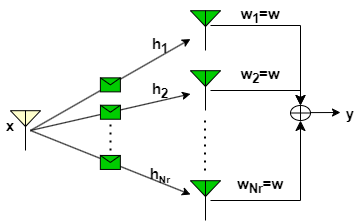
The draw.io diagram experiment/images/exp5_2.png in virtual-labs/exp-spatial-diversity-iiith, before a commit. Source tidied: cells renumbered, new cells last; positions are measured from the earlier drawing's top-left corner, leaving out a move shared by most shapes.
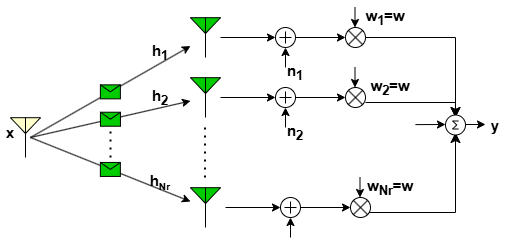
After the change.

Change to the diagram source:
```diff
@@ -65,44 +65,173 @@
     <mxCell id="16" value="&lt;b&gt;&lt;font style=&quot;font-size: 15px;&quot;&gt;h&lt;sub&gt;1&lt;/sub&gt;&lt;/font&gt;&lt;/b&gt;" style="text;html=1;align=center;verticalAlign=middle;whiteSpace=wrap;rounded=0;" parent="1" vertex="1">
       <mxGeometry x="150" y="30" width="20" height="30" as="geometry" />
     </mxCell>
-    <mxCell id="17" style="shape=orEllipse;perimeter=ellipsePerimeter;whiteSpace=wrap;html=1;backgroundOutline=1;" parent="1" vertex="1">
-      <mxGeometry x="290" y="105" width="20" height="15" as="geometry" />
-    </mxCell>
-    <mxCell id="18" style="edgeStyle=segmentEdgeStyle;endArrow=classic;html=1;curved=0;rounded=0;endSize=8;startSize=8;entryX=0.5;entryY=1;entryDx=0;entryDy=0;" parent="1" edge="1" target="17">
-      <mxGeometry relative="1" as="geometry">
-        <mxPoint x="210" y="200" as="sourcePoint" />
-      </mxGeometry>
-    </mxCell>
-    <mxCell id="19" style="edgeStyle=segmentEdgeStyle;endArrow=classic;html=1;curved=0;rounded=0;endSize=8;startSize=8;entryX=0.5;entryY=0;entryDx=0;entryDy=0;" parent="1" edge="1" target="17">
-      <mxGeometry relative="1" as="geometry">
-        <mxPoint x="210" y="90" as="sourcePoint" />
-      </mxGeometry>
-    </mxCell>
-    <mxCell id="20" style="edgeStyle=segmentEdgeStyle;endArrow=classic;html=1;curved=0;rounded=0;endSize=8;startSize=8;entryX=0.5;entryY=0;entryDx=0;entryDy=0;" parent="1" edge="1" target="17">
-      <mxGeometry relative="1" as="geometry">
-        <mxPoint x="210" y="25" as="sourcePoint" />
-      </mxGeometry>
-    </mxCell>
-    <mxCell id="21" style="endArrow=classic;html=1;rounded=0;" parent="1" edge="1">
-      <mxGeometry relative="1" as="geometry">
-        <mxPoint x="310" y="112.1" as="sourcePoint" />
-        <mxPoint x="340" y="112" as="targetPoint" />
-      </mxGeometry>
-    </mxCell>
+    <mxCell id="26" value="&lt;span style=&quot;font-size: 15px;&quot;&gt;&lt;b&gt;x&lt;/b&gt;&lt;/span&gt;" style="text;html=1;align=center;verticalAlign=middle;whiteSpace=wrap;rounded=0;" parent="1" vertex="1">
+      <mxGeometry y="110" width="20" height="30" as="geometry" />
+    </mxCell>
+    <mxCell id="27" style="group;" parent="1" vertex="1">
+      <mxGeometry x="220" width="295" height="230" as="geometry" />
+    </mxCell>
+    <mxCell id="28" style="group;" parent="27" vertex="1">
+      <mxGeometry x="145" y="30" width="150" height="175" as="geometry" />
+    </mxCell>
+    <mxCell id="29" style="edgeStyle=segmentEdgeStyle;endArrow=classic;html=1;curved=0;rounded=0;endSize=8;startSize=8;entryX=0.5;entryY=1;entryDx=0;entryDy=0;" parent="28" edge="1">
+      <mxGeometry relative="1" as="geometry">
+        <mxPoint y="175" as="sourcePoint" />
+        <mxPoint x="90" y="95" as="targetPoint" />
+      </mxGeometry>
+    </mxCell>
+    <mxCell id="30" style="edgeStyle=segmentEdgeStyle;endArrow=classic;html=1;curved=0;rounded=0;endSize=8;startSize=8;entryX=0.5;entryY=0;entryDx=0;entryDy=0;" parent="28" edge="1">
+      <mxGeometry relative="1" as="geometry">
+        <mxPoint y="65" as="sourcePoint" />
+        <mxPoint x="90" y="80" as="targetPoint" />
+      </mxGeometry>
+    </mxCell>
+    <mxCell id="31" style="edgeStyle=segmentEdgeStyle;endArrow=classic;html=1;curved=0;rounded=0;endSize=8;startSize=8;entryX=0.5;entryY=0;entryDx=0;entryDy=0;" parent="28" edge="1">
+      <mxGeometry relative="1" as="geometry">
+        <mxPoint as="sourcePoint" />
+        <mxPoint x="90" y="80" as="targetPoint" />
+      </mxGeometry>
+    </mxCell>
-    <mxCell id="22" value="&lt;span style=&quot;font-size: 15px;&quot;&gt;&lt;b&gt;y&lt;/b&gt;&lt;/span&gt;" style="text;html=1;align=center;verticalAlign=middle;whiteSpace=wrap;rounded=0;" parent="1" vertex="1">
-      <mxGeometry x="340" y="101.2" width="20" height="22.5" as="geometry" />
+    <mxCell id="22" value="&lt;span style=&quot;font-size: 15px;&quot;&gt;&lt;b&gt;y&lt;/b&gt;&lt;/span&gt;" style="text;html=1;align=center;verticalAlign=middle;whiteSpace=wrap;rounded=0;" parent="28" vertex="1">
+      <mxGeometry x="120" y="76.2" width="20" height="22.5" as="geometry" />
     </mxCell>
+    <mxCell id="32" style="endArrow=classic;html=1;rounded=0;" parent="28" edge="1">
+      <mxGeometry relative="1" as="geometry">
+        <mxPoint x="50" y="87.1" as="sourcePoint" />
+        <mxPoint x="80" y="87" as="targetPoint" />
+      </mxGeometry>
+    </mxCell>
+    <mxCell id="33" style="verticalLabelPosition=bottom;shadow=0;dashed=0;align=center;html=1;verticalAlign=top;shape=mxgraph.electrical.abstract.sum;" parent="28" vertex="1">
+      <mxGeometry x="80" y="77.5" width="20" height="20" as="geometry" />
+    </mxCell>
+    <mxCell id="34" style="endArrow=classic;html=1;rounded=0;" parent="28" edge="1">
+      <mxGeometry relative="1" as="geometry">
+        <mxPoint x="100" y="87" as="sourcePoint" />
+        <mxPoint x="120" y="87" as="targetPoint" />
+      </mxGeometry>
+    </mxCell>
+    <mxCell id="25" value="&lt;span style=&quot;font-size: 15px;&quot;&gt;&lt;b&gt;w&lt;sub&gt;2&lt;/sub&gt;=w&lt;/b&gt;&lt;/span&gt;" style="text;html=1;align=center;verticalAlign=middle;whiteSpace=wrap;rounded=0;" parent="28" vertex="1">
+      <mxGeometry y="35" width="50" height="30" as="geometry" />
+    </mxCell>
+    <mxCell id="24" value="&lt;span style=&quot;font-size: 15px;&quot;&gt;&lt;b&gt;w&lt;sub&gt;Nr&lt;/sub&gt;=w&lt;/b&gt;&lt;/span&gt;" style="text;html=1;align=center;verticalAlign=middle;whiteSpace=wrap;rounded=0;" parent="28" vertex="1">
+      <mxGeometry y="135" width="50" height="30" as="geometry" />
+    </mxCell>
+    <mxCell id="35" style="group;" parent="27" vertex="1">
+      <mxGeometry width="145" height="60" as="geometry" />
+    </mxCell>
+    <mxCell id="36" style="verticalLabelPosition=bottom;shadow=0;dashed=0;align=center;html=1;verticalAlign=top;shape=mxgraph.electrical.abstract.summation_point;" parent="35" vertex="1">
+      <mxGeometry x="55" y="20" width="20" height="20" as="geometry" />
+    </mxCell>
+    <mxCell id="37" style="endArrow=classic;html=1;rounded=0;" parent="35" edge="1">
+      <mxGeometry relative="1" as="geometry">
+        <mxPoint x="134.5" as="sourcePoint" />
+        <mxPoint x="134.5" y="20" as="targetPoint" />
+      </mxGeometry>
+    </mxCell>
+    <mxCell id="38" style="group;" parent="35" vertex="1">
+      <mxGeometry y="20" width="145" height="40" as="geometry" />
+    </mxCell>
+    <mxCell id="39" style="endArrow=classic;html=1;rounded=0;" parent="38" edge="1">
+      <mxGeometry relative="1" as="geometry">
+        <mxPoint x="65" y="40" as="sourcePoint" />
+        <mxPoint x="65" y="20" as="targetPoint" />
+      </mxGeometry>
+    </mxCell>
+    <mxCell id="40" style="endArrow=classic;html=1;rounded=0;" parent="38" edge="1">
+      <mxGeometry relative="1" as="geometry">
+        <mxPoint y="10" as="sourcePoint" />
+        <mxPoint x="55" y="10" as="targetPoint" />
+      </mxGeometry>
+    </mxCell>
+    <mxCell id="41" style="endArrow=classic;html=1;rounded=0;" parent="38" edge="1">
+      <mxGeometry relative="1" as="geometry">
+        <mxPoint x="75" y="10" as="sourcePoint" />
+        <mxPoint x="125" y="10" as="targetPoint" />
+      </mxGeometry>
+    </mxCell>
+    <mxCell id="42" style="shape=sumEllipse;perimeter=ellipsePerimeter;whiteSpace=wrap;html=1;backgroundOutline=1;" parent="38" vertex="1">
+      <mxGeometry x="125" width="20" height="20" as="geometry" />
+    </mxCell>
+    <mxCell id="43" style="group;" parent="27" vertex="1">
+      <mxGeometry x="5" y="170" width="145" height="60" as="geometry" />
+    </mxCell>
+    <mxCell id="44" style="verticalLabelPosition=bottom;shadow=0;dashed=0;align=center;html=1;verticalAlign=top;shape=mxgraph.electrical.abstract.summation_point;" parent="43" vertex="1">
+      <mxGeometry x="55" y="20" width="20" height="20" as="geometry" />
+    </mxCell>
+    <mxCell id="45" style="endArrow=classic;html=1;rounded=0;" parent="43" edge="1">
+      <mxGeometry relative="1" as="geometry">
+        <mxPoint x="134.5" as="sourcePoint" />
+        <mxPoint x="134.5" y="20" as="targetPoint" />
+      </mxGeometry>
+    </mxCell>
+    <mxCell id="46" style="group;" parent="43" vertex="1">
+      <mxGeometry y="20" width="145" height="40" as="geometry" />
+    </mxCell>
+    <mxCell id="47" style="endArrow=classic;html=1;rounded=0;" parent="46" edge="1">
+      <mxGeometry relative="1" as="geometry">
+        <mxPoint x="65" y="40" as="sourcePoint" />
+        <mxPoint x="65" y="20" as="targetPoint" />
+      </mxGeometry>
+    </mxCell>
+    <mxCell id="48" style="endArrow=classic;html=1;rounded=0;" parent="46" edge="1">
+      <mxGeometry relative="1" as="geometry">
+        <mxPoint y="10" as="sourcePoint" />
+        <mxPoint x="55" y="10" as="targetPoint" />
+      </mxGeometry>
+    </mxCell>
+    <mxCell id="49" style="endArrow=classic;html=1;rounded=0;" parent="46" edge="1">
+      <mxGeometry relative="1" as="geometry">
+        <mxPoint x="75" y="10" as="sourcePoint" />
+        <mxPoint x="125" y="10" as="targetPoint" />
+      </mxGeometry>
+    </mxCell>
+    <mxCell id="50" style="shape=sumEllipse;perimeter=ellipsePerimeter;whiteSpace=wrap;html=1;backgroundOutline=1;" parent="46" vertex="1">
+      <mxGeometry x="125" width="20" height="20" as="geometry" />
+    </mxCell>
+    <mxCell id="51" style="group;" parent="27" vertex="1">
+      <mxGeometry y="60" width="145" height="80" as="geometry" />
+    </mxCell>
+    <mxCell id="52" style="verticalLabelPosition=bottom;shadow=0;dashed=0;align=center;html=1;verticalAlign=top;shape=mxgraph.electrical.abstract.summation_point;" parent="51" vertex="1">
+      <mxGeometry x="55" y="20" width="20" height="20" as="geometry" />
+    </mxCell>
+    <mxCell id="53" style="endArrow=classic;html=1;rounded=0;" parent="51" edge="1">
+      <mxGeometry relative="1" as="geometry">
+        <mxPoint x="134.5" as="sourcePoint" />
+        <mxPoint x="134.5" y="20" as="targetPoint" />
+      </mxGeometry>
+    </mxCell>
+    <mxCell id="54" style="group;" parent="51" vertex="1">
+      <mxGeometry y="20" width="145" height="60" as="geometry" />
+    </mxCell>
+    <mxCell id="55" style="endArrow=classic;html=1;rounded=0;" parent="54" edge="1">
+      <mxGeometry relative="1" as="geometry">
+        <mxPoint x="65" y="40" as="sourcePoint" />
+        <mxPoint x="65" y="20" as="targetPoint" />
+      </mxGeometry>
+    </mxCell>
+    <mxCell id="56" style="endArrow=classic;html=1;rounded=0;" parent="54" edge="1">
+      <mxGeometry relative="1" as="geometry">
+        <mxPoint y="10" as="sourcePoint" />
+        <mxPoint x="55" y="10" as="targetPoint" />
+      </mxGeometry>
+    </mxCell>
+    <mxCell id="57" style="endArrow=classic;html=1;rounded=0;" parent="54" edge="1">
+      <mxGeometry relative="1" as="geometry">
+        <mxPoint x="75" y="10" as="sourcePoint" />
+        <mxPoint x="125" y="10" as="targetPoint" />
+      </mxGeometry>
+    </mxCell>
+    <mxCell id="58" style="shape=sumEllipse;perimeter=ellipsePerimeter;whiteSpace=wrap;html=1;backgroundOutline=1;" parent="54" vertex="1">
+      <mxGeometry x="125" width="20" height="20" as="geometry" />
+    </mxCell>
+    <mxCell id="59" value="&lt;span style=&quot;font-size: 15px;&quot;&gt;&lt;b&gt;n&lt;sub&gt;2&lt;/sub&gt;&lt;/b&gt;&lt;/span&gt;" style="text;html=1;align=center;verticalAlign=middle;whiteSpace=wrap;rounded=0;" parent="54" vertex="1">
+      <mxGeometry x="65" y="30" width="20" height="30" as="geometry" />
+    </mxCell>
+    <mxCell id="60" value="&lt;span style=&quot;font-size: 15px;&quot;&gt;&lt;b&gt;n&lt;sub&gt;1&lt;/sub&gt;&lt;/b&gt;&lt;/span&gt;" style="text;html=1;align=center;verticalAlign=middle;whiteSpace=wrap;rounded=0;" parent="51" vertex="1">
+      <mxGeometry x="65" y="-10" width="20" height="30" as="geometry" />
+    </mxCell>
-    <mxCell id="23" value="&lt;span style=&quot;font-size: 15px;&quot;&gt;&lt;b&gt;w&lt;sub&gt;1&lt;/sub&gt;=w&lt;/b&gt;&lt;/span&gt;" style="text;html=1;align=center;verticalAlign=middle;whiteSpace=wrap;rounded=0;" parent="1" vertex="1">
-      <mxGeometry x="235" width="50" height="30" as="geometry" />
+    <mxCell id="23" value="&lt;span style=&quot;font-size: 15px;&quot;&gt;&lt;b&gt;w&lt;sub&gt;1&lt;/sub&gt;=w&lt;/b&gt;&lt;/span&gt;" style="text;html=1;align=center;verticalAlign=middle;whiteSpace=wrap;rounded=0;" parent="27" vertex="1">
+      <mxGeometry x="140" y="-5" width="50" height="30" as="geometry" />
     </mxCell>
-    <mxCell id="24" value="&lt;span style=&quot;font-size: 15px;&quot;&gt;&lt;b&gt;w&lt;sub&gt;Nr&lt;/sub&gt;=w&lt;/b&gt;&lt;/span&gt;" style="text;html=1;align=center;verticalAlign=middle;whiteSpace=wrap;rounded=0;" parent="1" vertex="1">
-      <mxGeometry x="235" y="170" width="50" height="30" as="geometry" />
-    </mxCell>
-    <mxCell id="25" value="&lt;span style=&quot;font-size: 15px;&quot;&gt;&lt;b&gt;w&lt;sub&gt;2&lt;/sub&gt;=w&lt;/b&gt;&lt;/span&gt;" style="text;html=1;align=center;verticalAlign=middle;whiteSpace=wrap;rounded=0;" parent="1" vertex="1">
-      <mxGeometry x="235" y="60" width="50" height="30" as="geometry" />
-    </mxCell>
-    <mxCell id="26" value="&lt;span style=&quot;font-size: 15px;&quot;&gt;&lt;b&gt;x&lt;/b&gt;&lt;/span&gt;" style="text;html=1;align=center;verticalAlign=middle;whiteSpace=wrap;rounded=0;" parent="1" vertex="1">
-      <mxGeometry y="110" width="20" height="30" as="geometry" />
-    </mxCell>
   </root>
 </mxGraphModel>
```
